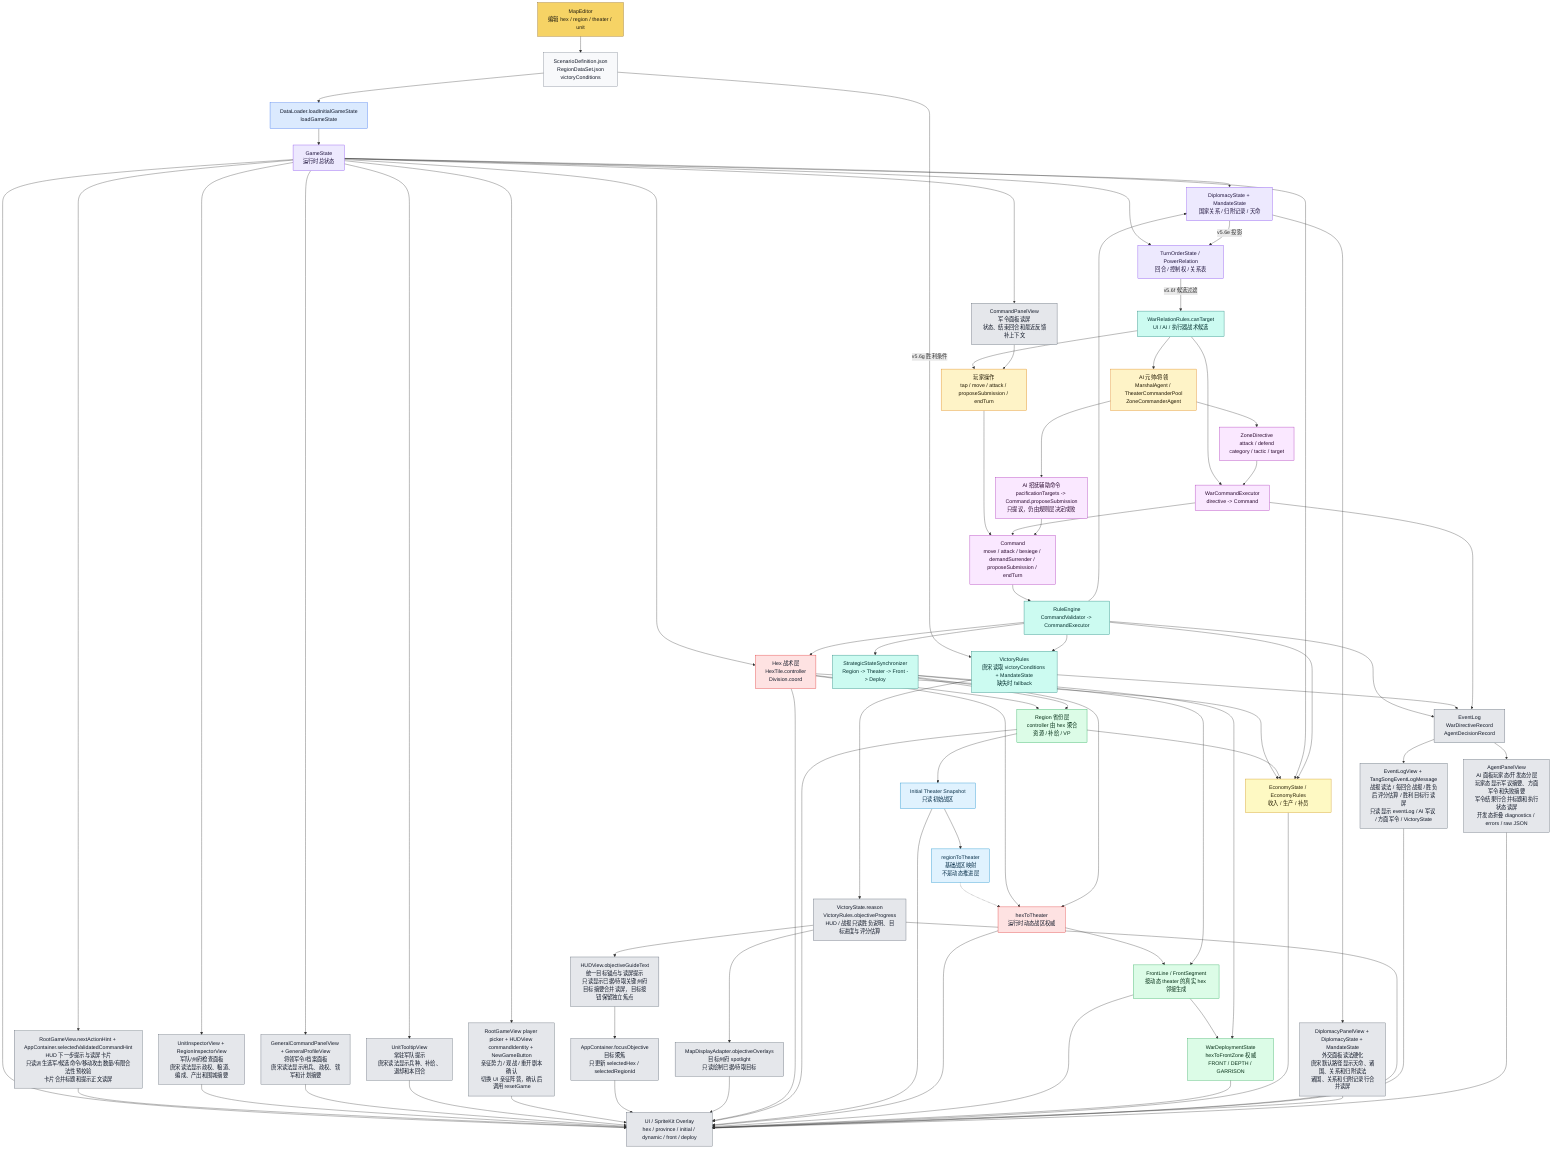
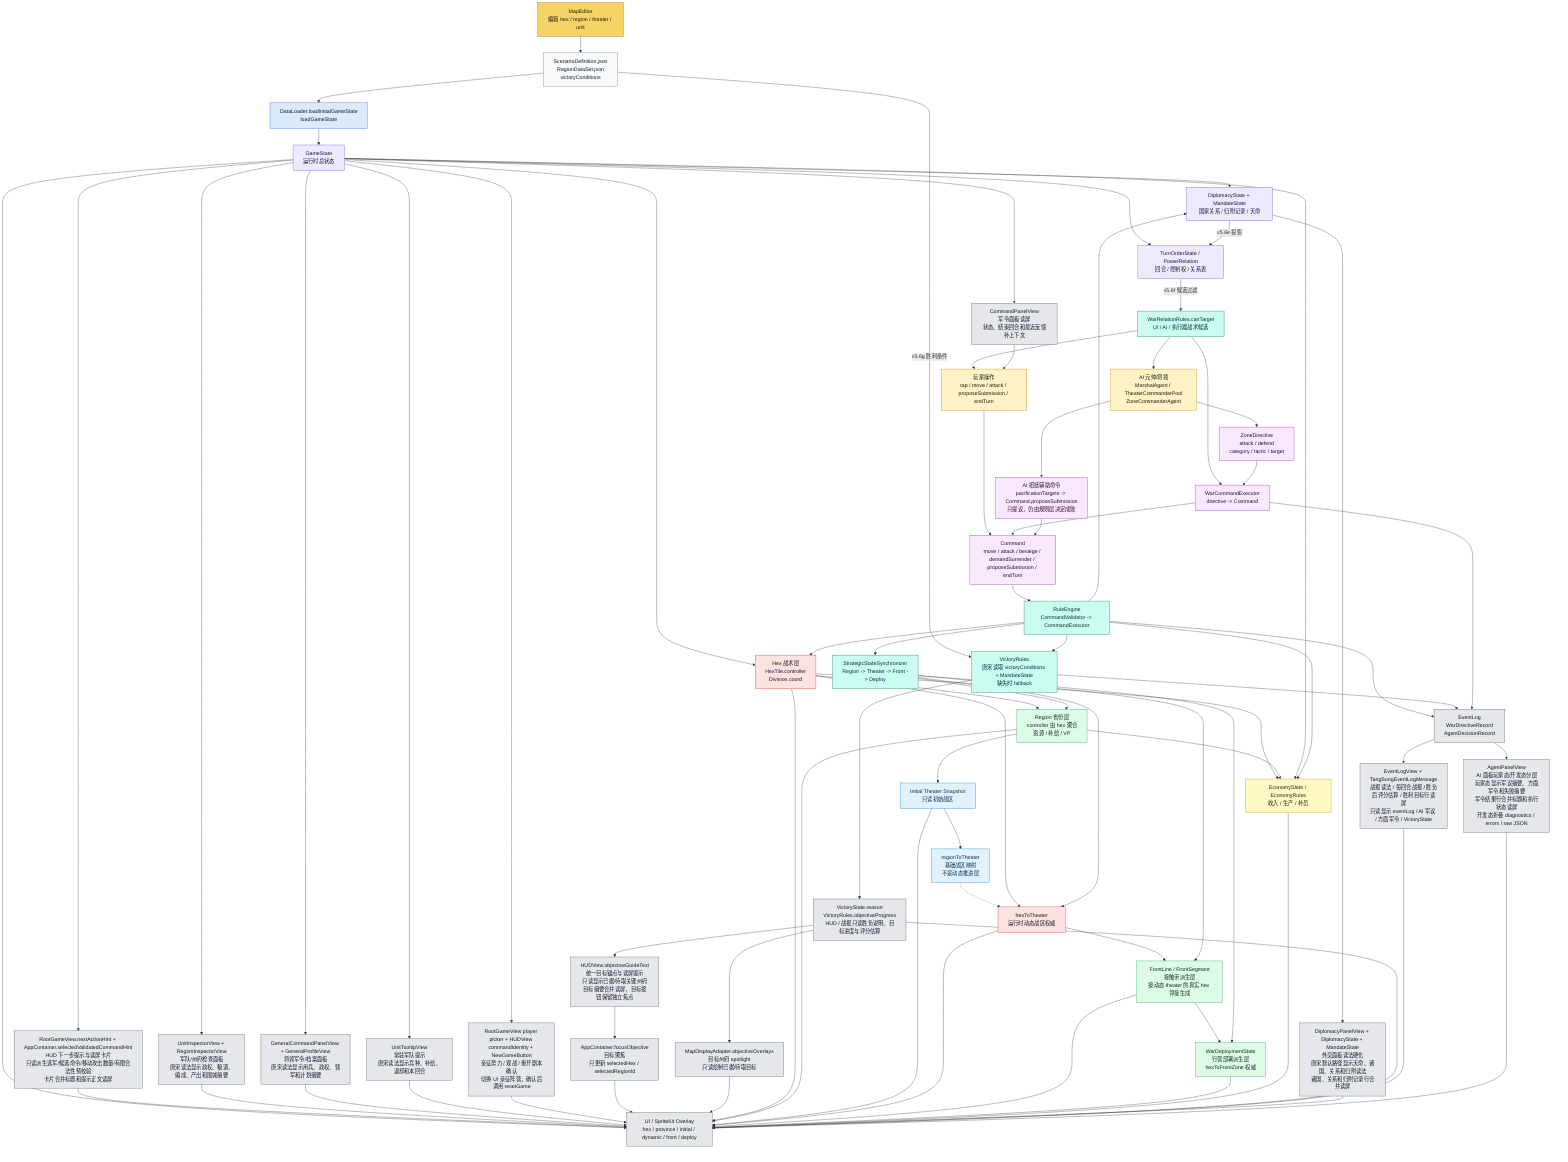
flowchart TD
    ME["MapEditor<br/>编辑 hex / region / theater / unit"]:::editor
    JSON["ScenarioDefinition.json<br/>RegionDataSet.json<br/>victoryConditions"]:::data
    DL["DataLoader.loadInitialGameState<br/>loadGameState"]:::loader
    GS["GameState<br/>运行时总状态"]:::state

    HEX["Hex 战术层<br/>HexTile.controller<br/>Division.coord"]:::authority
    REGION["Region 省份层<br/>controller 由 hex 聚合<br/>资源 / 补给 / VP"]:::derived
    INIT["Initial Theater Snapshot<br/>只读初始战区"]:::snapshot
    R2T["regionToTheater<br/>基础战区映射<br/>不是动态推进层"]:::snapshot
    H2T["hexToTheater<br/>运行时动态战区权威"]:::authority
-     FRONT["FrontLine / FrontSegment<br/>按动态 theater 的真实 hex 邻接生成"]:::derived
-     DEPLOY["WarDeploymentState<br/>hexToFrontZone 权威<br/>FRONT / DEPTH / GARRISON"]:::derived
+     FRONT["FrontLine / FrontSegment<br/>接触带派生层<br/>按动态 theater 的真实 hex 邻接生成"]:::derived
+     DEPLOY["WarDeploymentState<br/>行营部署派生层<br/>hexToFrontZone 权威"]:::derived
    ECO["EconomyState / EconomyRules<br/>收入 / 生产 / 补员"]:::economy
    DIP["DiplomacyState + MandateState<br/>国家关系 / 归附记录 / 天命"]:::state
    TURN["TurnOrderState / PowerRelation<br/>回合 / 控制权 / 关系表"]:::state
    RELCAND["WarRelationRules.canTarget<br/>UI / AI / 执行器战术候选"]:::rules
    VICT["VictoryRules<br/>唐宋读取 victoryConditions + MandateState<br/>缺失时 fallback"]:::rules
    VICTEXT["VictoryState.reason<br/>VictoryRules.objectiveProgress<br/>HUD / 战报只读胜负说明、目标进度与评分估算"]:::ui
    GOAL["HUDView.objectiveGuideText<br/>统一目标锚点与读屏提示<br/>只读显示已据/待取关键州府<br/>目标摘要合并读屏，目标按钮保留独立焦点"]:::ui
    FOCUS["AppContainer.focusObjective<br/>目标聚焦<br/>只更新 selectedHex / selectedRegionId"]:::ui
    SPOTLIGHT["MapDisplayAdapter.objectiveOverlays<br/>目标州府 spotlight<br/>只读绘制已据/待取目标"]:::ui
    TURNREPORT["EventLogView + TangSongEventLogMessage<br/>战报读法 / 每回合战报 / 胜负后评分估算 / 胜利目标行读屏<br/>只读显示 eventLog / AI 军议 / 方面军令 / VictoryState"]:::ui
    SESSIONHUD["RootGameView player picker + HUDView commandIdentity + NewGameButton<br/>亲征势力 / 观战 / 重开剧本确认<br/>切换 UI 亲征阵营，确认后调用 resetGame"]:::ui
    HINT["RootGameView.nextActionHint + AppContainer.selectedValidatedCommandHint<br/>HUD 下一步提示与读屏卡片<br/>只读派生选军/候选命令/移动攻击数量/有限合法性预校验<br/>卡片合并标题和提示正文读屏"]:::ui
    COMMANDPANEL["CommandPanelView<br/>军令面板读屏<br/>状态、结束回合和最近反馈补上下文"]:::ui
    INSPECT["UnitInspectorView + RegionInspectorView<br/>军队/州府检查面板<br/>唐宋读法显示政权、粮道、编成、产出和围城摘要"]:::ui
    GENPANELS["GeneralCommandPanelView + GeneralProfileView<br/>将领军令/档案面板<br/>唐宋读法显示用兵、政权、辖军和计划摘要"]:::ui
    TOOLTIP["UnitTooltipView<br/>常驻军队提示<br/>唐宋读法显示兵种、补给、退却和本回合"]:::ui
    AIPANEL["AgentPanelView<br/>AI 面板玩家态/开发态分层<br/>玩家态显示军议摘要、方面军令和失败摘要<br/>军令结果行合并标题和执行状态读屏<br/>开发态折叠 diagnostics / errors / raw JSON"]:::ui
    DIPPANEL["DiplomacyPanelView + DiplomacyState + MandateState<br/>外交面板读法硬化<br/>唐宋默认路径显示天命、诸国、关系和归附读法<br/>诸国、关系和归附记录行合并读屏"]:::ui

    PLAYER["玩家操作<br/>tap / move / attack / proposeSubmission / endTurn"]:::input
    AI["AI 元帅/将领<br/>MarshalAgent / TheaterCommanderPool<br/>ZoneCommanderAgent"]:::input
    AIPAC["AI 招抚辅助命令<br/>pacificationTargets -> Command.proposeSubmission<br/>只提议，仍由规则层决定成败"]:::command
    ZD["ZoneDirective<br/>attack / defend<br/>category / tactic / target"]:::command
    WCE["WarCommandExecutor<br/>directive -> Command"]:::command
    CMD["Command<br/>move / attack / besiege / demandSurrender / proposeSubmission / endTurn"]:::command
    RE["RuleEngine<br/>CommandValidator -> CommandExecutor"]:::rules
    SYNC["StrategicStateSynchronizer<br/>Region -> Theater -> Front -> Deploy"]:::rules

    UI["UI / SpriteKit Overlay<br/>hex / province / initial / dynamic / front / deploy"]:::ui
    LOG["EventLog<br/>WarDirectiveRecord<br/>AgentDecisionRecord"]:::ui

    ME --> JSON --> DL --> GS
    GS --> HEX
    HEX --> REGION
    HEX --> ECO
    REGION --> ECO
    REGION --> INIT
    INIT --> R2T
    R2T -.-> H2T
    HEX --> H2T
    H2T --> FRONT --> DEPLOY
    GS --> ECO
    GS --> DIP
    GS --> TURN
    DIP -->|v5.6e 投影| TURN
    TURN -->|v5.6f 候选过滤| RELCAND
    JSON -->|v5.6g 胜利条件| VICT

    PLAYER --> CMD
    RELCAND --> PLAYER
    RELCAND --> AI
    RELCAND --> WCE
    AI --> ZD --> WCE --> CMD
    AI --> AIPAC --> CMD
    CMD --> RE --> HEX
    RE --> ECO
    RE --> DIP
    RE --> VICT
    RE --> SYNC
    SYNC --> REGION
    SYNC --> H2T
    SYNC --> FRONT
    SYNC --> DEPLOY

    GS --> UI
    GS --> HINT --> UI
    GS --> INSPECT --> UI
    GS --> GENPANELS --> UI
    GS --> TOOLTIP --> UI
    GS --> SESSIONHUD --> UI
    VICTEXT --> GOAL --> FOCUS --> UI
    VICTEXT --> SPOTLIGHT --> UI
    HEX --> UI
    REGION --> UI
    INIT --> UI
    H2T --> UI
    FRONT --> UI
    DEPLOY --> UI
    ECO --> UI
    GS --> COMMANDPANEL --> PLAYER
    DIP --> DIPPANEL --> UI
    VICT --> VICTEXT --> UI
    RE --> LOG
    VICT --> LOG
    WCE --> LOG
    LOG --> TURNREPORT --> UI
    LOG --> AIPANEL --> UI

    classDef editor fill:#f6d365,stroke:#8a5a00,color:#1f1b10
    classDef data fill:#f8f9fb,stroke:#6b7280,color:#111827
    classDef loader fill:#dbeafe,stroke:#2563eb,color:#0f172a
    classDef state fill:#ede9fe,stroke:#7c3aed,color:#1f143d
    classDef authority fill:#fee2e2,stroke:#dc2626,color:#111827
    classDef derived fill:#dcfce7,stroke:#16a34a,color:#052e16
    classDef snapshot fill:#e0f2fe,stroke:#0284c7,color:#082f49
    classDef input fill:#fef3c7,stroke:#d97706,color:#1f1600
    classDef economy fill:#fef9c3,stroke:#ca8a04,color:#292107
    classDef command fill:#fae8ff,stroke:#a21caf,color:#2a0a2f
    classDef rules fill:#ccfbf1,stroke:#0f766e,color:#042f2e
    classDef ui fill:#e5e7eb,stroke:#4b5563,color:#111827
